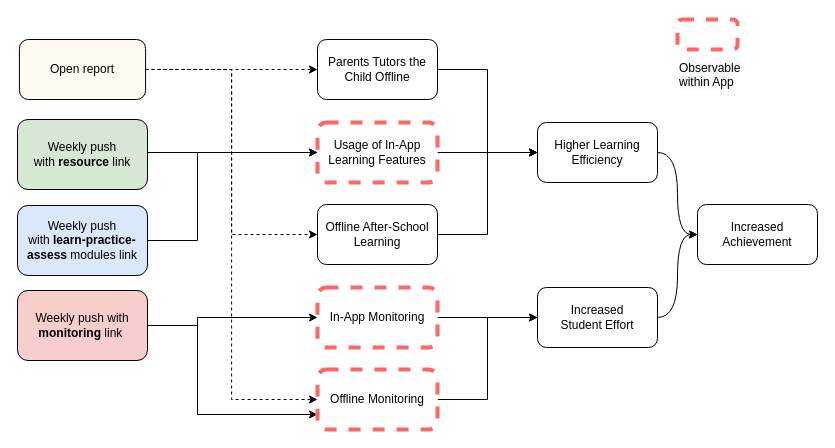
Earlier version of the draw.io diagram parent_nudge_mechanism.drawio (henrishi/drawio). Source tidied: cells renumbered, new cells numbered last; positions are measured from the earlier drawing's top-left corner, leaving out a move shared by most shapes. Both pictures are drawn from the tidied source at 100%, with x=0, y=0 at pixel (17, 19).
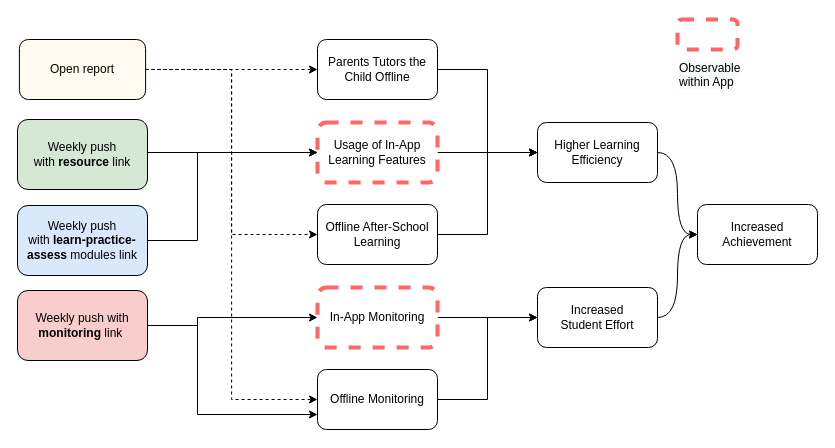
The same diagram, later.

What changed in the source:
```diff
@@
-    <mxCell id="14" value="Offline Monitoring" style="rounded=1;whiteSpace=wrap;html=1;dashed=1;strokeWidth=4;strokeColor=#FF6666;" parent="1" vertex="1">
+    <mxCell id="14" value="Offline Monitoring" style="rounded=1;whiteSpace=wrap;html=1;strokeWidth=1;" parent="1" vertex="1">
       <mxGeometry x="300" y="350" width="120" height="60" as="geometry" />
     </mxCell>
```
